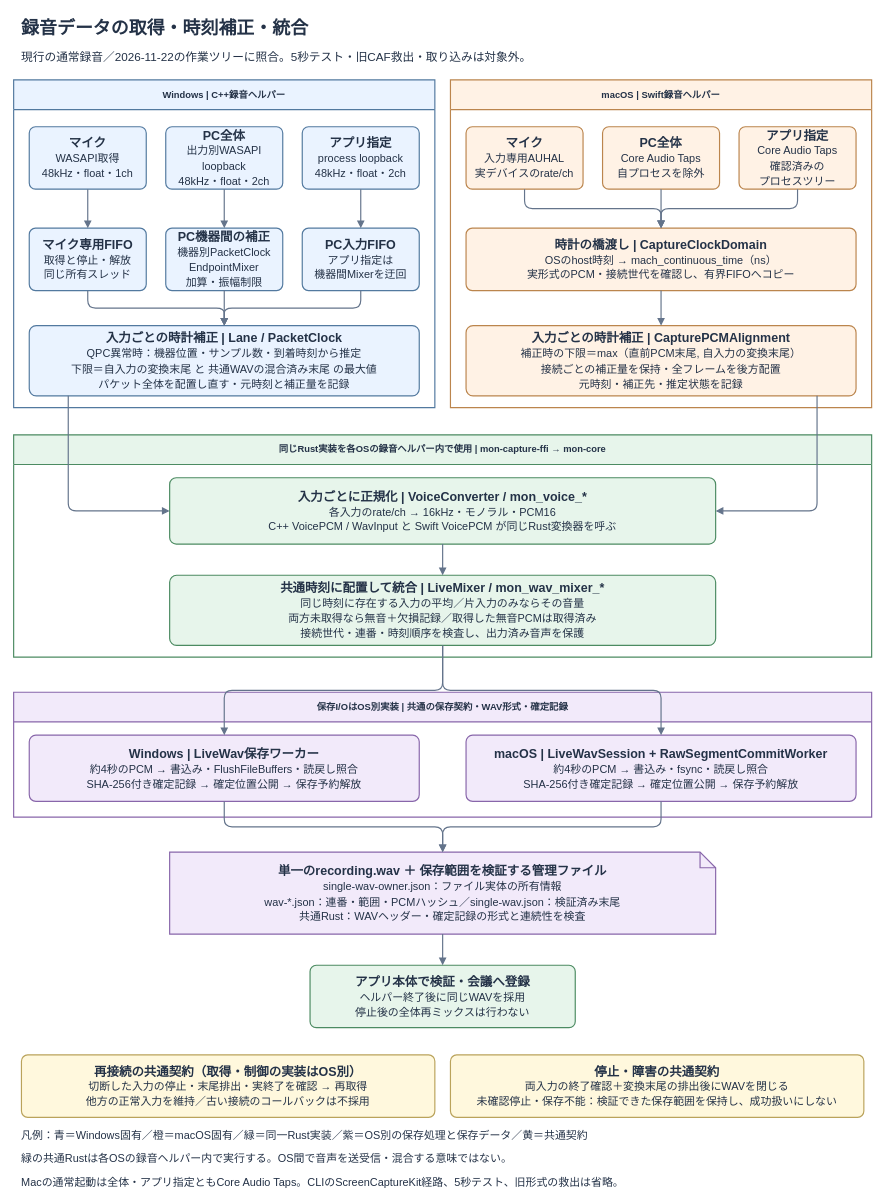
The draw.io diagram docs/diagrams/current-recording.drawio in s-kodani/minuteson, before the edit. Source tidied: cells renumbered, new cells numbered last; positions are measured from the earlier drawing's top-left corner, leaving out a move shared by most shapes. Both pictures are drawn from the tidied source at 78%, with x=0, y=0 at pixel (13, 13).
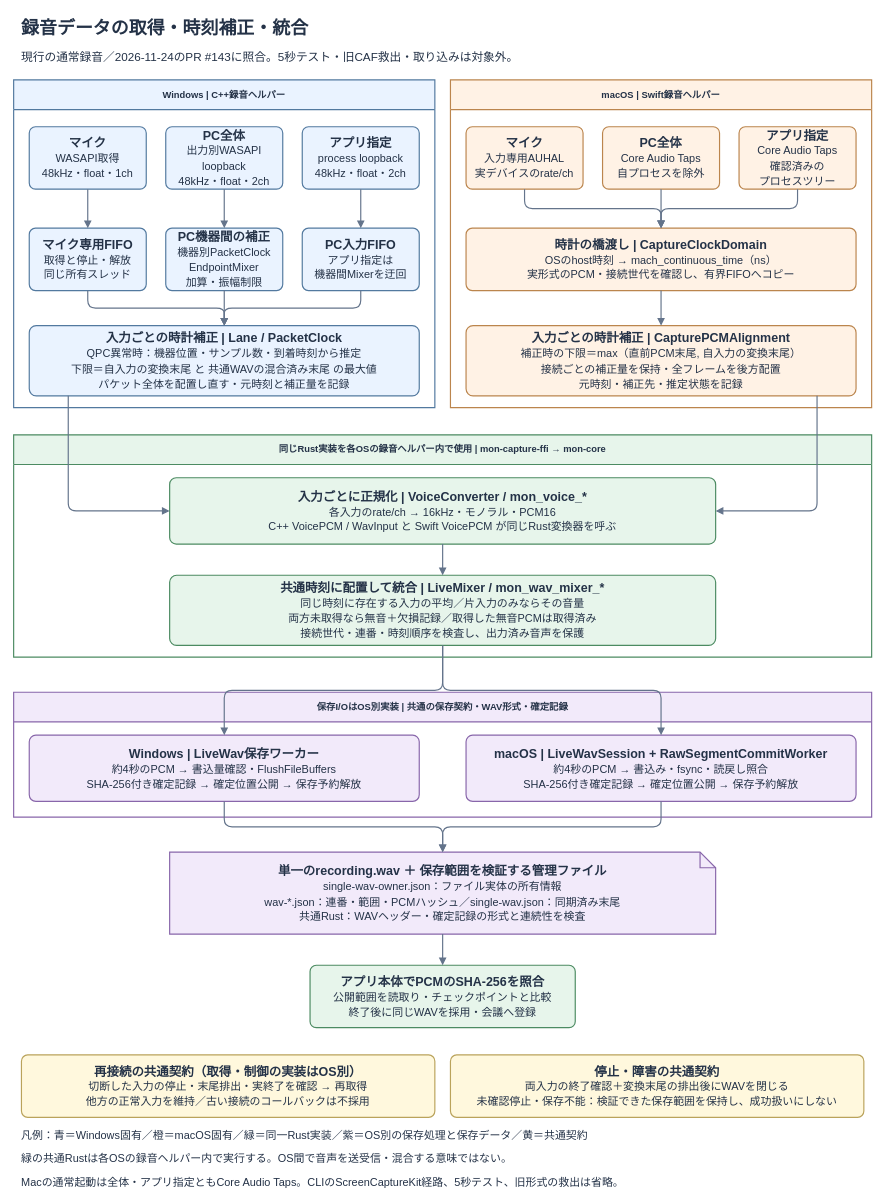
The same diagram, later.

Commit message (it also covers changes not shown here):
perf(windows-capture): WAV保存時の重複読戻しを省く

The change refers to these unchanged cells:
```xml
<mxCell id="21" value="保存I/OはOS別実装  |  共通の保存契約・WAV形式・確定記録" style="whiteSpace=wrap;html=1;fontFamily=Helvetica;fontSize=16;fontColor=#243247;strokeWidth=1.5;spacing=8;swimlane;horizontal=1;startSize=38;fontStyle=1;fillColor=#f2eafa;strokeColor=#8866aa;swimlaneFillColor=#ffffff;" parent="1" vertex="1">
  <mxGeometry y="870" width="1100" height="160" as="geometry" />
</mxCell>
```

Change to the diagram source:
```diff
@@
-    <mxCell id="3" value="現行の通常録音／2026-11-22の作業ツリーに照合。5秒テスト・旧CAF救出・取り込みは対象外。" style="text;html=1;whiteSpace=wrap;align=left;verticalAlign=middle;spacing=0;fontFamily=Helvetica;fontColor=#243247;fontSize=15;" parent="1" vertex="1">
+    <mxCell id="3" value="現行の通常録音／2026-11-24のPR #143に照合。5秒テスト・旧CAF救出・取り込みは対象外。" style="text;html=1;whiteSpace=wrap;align=left;verticalAlign=middle;spacing=0;fontFamily=Helvetica;fontColor=#243247;fontSize=15;" parent="1" vertex="1">
       <mxGeometry x="10" y="40" width="1100" height="30" as="geometry" />
     </mxCell>
@@
-    <mxCell id="22" value="&lt;b&gt;Windows  |  LiveWav保存ワーカー&lt;/b&gt;&lt;br&gt;&lt;span style=&quot;font-size:14px&quot;&gt;約4秒のPCM → 書込み・FlushFileBuffers・読戻し照合&lt;br&gt;SHA-256付き確定記録 → 確定位置公開 → 保存予約解放&lt;/span&gt;" style="whiteSpace=wrap;html=1;fontFamily=Helvetica;fontSize=16;fontColor=#243247;strokeWidth=1.5;spacing=8;rounded=1;arcSize=10;fillColor=#f2eafa;strokeColor=#8866aa;" parent="21" vertex="1">
+    <mxCell id="22" value="&lt;b&gt;Windows  |  LiveWav保存ワーカー&lt;/b&gt;&lt;br&gt;&lt;span style=&quot;font-size:14px&quot;&gt;約4秒のPCM → 書込量確認・FlushFileBuffers&lt;br&gt;SHA-256付き確定記録 → 確定位置公開 → 保存予約解放&lt;/span&gt;" style="whiteSpace=wrap;html=1;fontFamily=Helvetica;fontSize=16;fontColor=#243247;strokeWidth=1.5;spacing=8;rounded=1;arcSize=10;fillColor=#f2eafa;strokeColor=#8866aa;" parent="21" vertex="1">
       <mxGeometry x="20" y="55" width="500" height="85" as="geometry" />
     </mxCell>
@@
-    <mxCell id="24" value="&lt;b&gt;単一のrecording.wav ＋ 保存範囲を検証する管理ファイル&lt;/b&gt;&lt;br&gt;&lt;span style=&quot;font-size:14px&quot;&gt;single-wav-owner.json：ファイル実体の所有情報&lt;br&gt;wav-*.json：連番・範囲・PCMハッシュ／single-wav.json：検証済み末尾&lt;br&gt;共通Rust：WAVヘッダー・確定記録の形式と連続性を検査&lt;/span&gt;" style="whiteSpace=wrap;html=1;fontFamily=Helvetica;fontSize=16;fontColor=#243247;strokeWidth=1.5;spacing=8;rounded=1;arcSize=10;fillColor=#f2eafa;strokeColor=#8866aa;shape=note;size=20;" parent="1" vertex="1">
+    <mxCell id="24" value="&lt;b&gt;単一のrecording.wav ＋ 保存範囲を検証する管理ファイル&lt;/b&gt;&lt;br&gt;&lt;span style=&quot;font-size:14px&quot;&gt;single-wav-owner.json：ファイル実体の所有情報&lt;br&gt;wav-*.json：連番・範囲・PCMハッシュ／single-wav.json：同期済み末尾&lt;br&gt;共通Rust：WAVヘッダー・確定記録の形式と連続性を検査&lt;/span&gt;" style="whiteSpace=wrap;html=1;fontFamily=Helvetica;fontSize=16;fontColor=#243247;strokeWidth=1.5;spacing=8;rounded=1;arcSize=10;fillColor=#f2eafa;strokeColor=#8866aa;shape=note;size=20;" parent="1" vertex="1">
       <mxGeometry x="200" y="1075" width="700" height="105" as="geometry" />
     </mxCell>
-    <mxCell id="25" value="&lt;b&gt;アプリ本体で検証・会議へ登録&lt;/b&gt;&lt;br&gt;&lt;span style=&quot;font-size:14px&quot;&gt;ヘルパー終了後に同じWAVを採用&lt;br&gt;停止後の全体再ミックスは行わない&lt;/span&gt;" style="whiteSpace=wrap;html=1;fontFamily=Helvetica;fontSize=16;fontColor=#243247;strokeWidth=1.5;spacing=8;rounded=1;arcSize=10;fillColor=#e7f5eb;strokeColor=#4c8b62;" parent="1" vertex="1">
+    <mxCell id="25" value="&lt;b&gt;アプリ本体でPCMのSHA-256を照合&lt;/b&gt;&lt;br&gt;&lt;span style=&quot;font-size:14px&quot;&gt;公開範囲を読取り・チェックポイントと比較&lt;br&gt;終了後に同じWAVを採用・会議へ登録&lt;/span&gt;" style="whiteSpace=wrap;html=1;fontFamily=Helvetica;fontSize=16;fontColor=#243247;strokeWidth=1.5;spacing=8;rounded=1;arcSize=10;fillColor=#e7f5eb;strokeColor=#4c8b62;" parent="1" vertex="1">
       <mxGeometry x="380" y="1220" width="340" height="80" as="geometry" />
     </mxCell>
```
